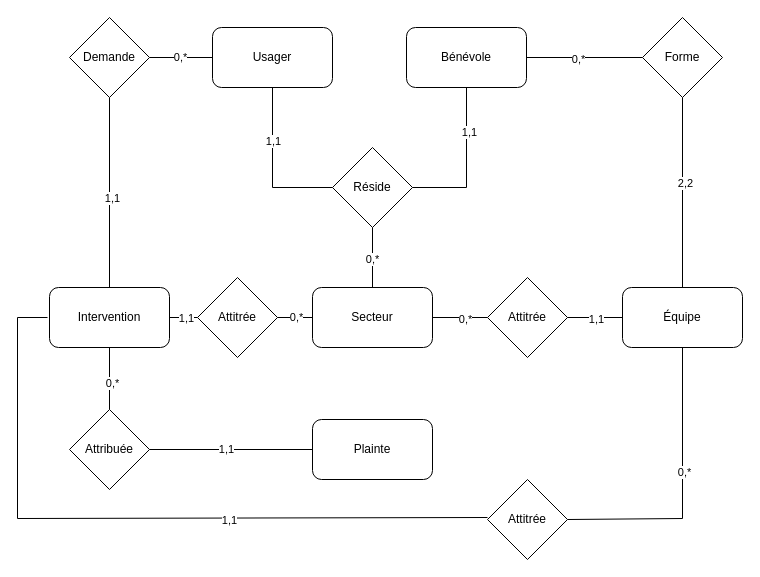
Above: projet_session.drawio in oliviernadeau2003/IFT2821-Projet-de-Session (draw.io), before the change. Source tidied: cells renumbered, new cells numbered last; positions are measured from the earlier drawing's top-left corner, leaving out a move shared by most shapes. Both pictures are drawn from the tidied source at 100%, with x=0, y=0 at pixel (17, 17).
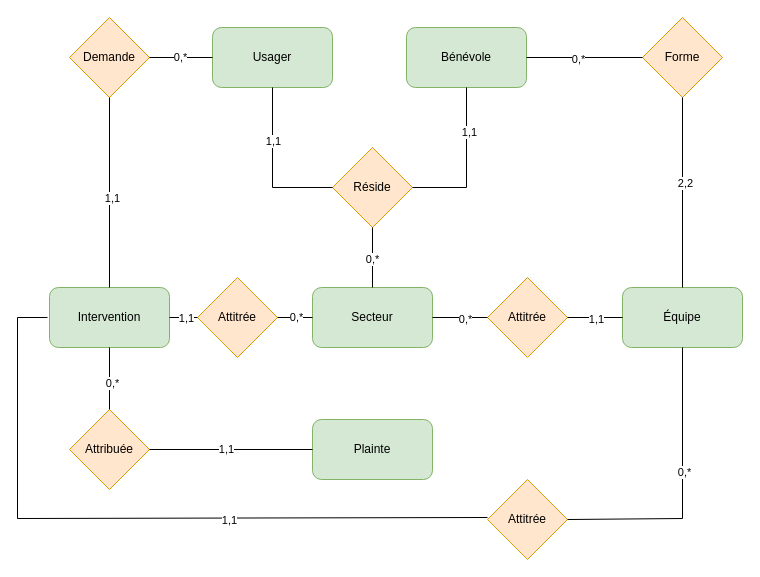
After the change.

Commit message:
Update schema entité-association

Diff of the diagram source:
```diff
@@
-    <mxCell id="2" value="Usager" style="rounded=1;whiteSpace=wrap;html=1;" parent="1" vertex="1">
+    <mxCell id="2" value="Usager" style="rounded=1;whiteSpace=wrap;html=1;fillColor=#d5e8d4;strokeColor=#82b366;" parent="1" vertex="1">
       <mxGeometry x="195" y="10" width="120" height="60" as="geometry" />
     </mxCell>
-    <mxCell id="3" value="Bénévole" style="rounded=1;whiteSpace=wrap;html=1;" parent="1" vertex="1">
+    <mxCell id="3" value="Bénévole" style="rounded=1;whiteSpace=wrap;html=1;fillColor=#d5e8d4;strokeColor=#82b366;" parent="1" vertex="1">
       <mxGeometry x="389" y="10" width="120" height="60" as="geometry" />
     </mxCell>
-    <mxCell id="4" value="Équipe" style="rounded=1;whiteSpace=wrap;html=1;" parent="1" vertex="1">
+    <mxCell id="4" value="Équipe" style="rounded=1;whiteSpace=wrap;html=1;fillColor=#d5e8d4;strokeColor=#82b366;" parent="1" vertex="1">
       <mxGeometry x="605" y="270" width="120" height="60" as="geometry" />
     </mxCell>
-    <mxCell id="5" value="Intervention" style="rounded=1;whiteSpace=wrap;html=1;" parent="1" vertex="1">
+    <mxCell id="5" value="Intervention" style="rounded=1;whiteSpace=wrap;html=1;fillColor=#d5e8d4;strokeColor=#82b366;" parent="1" vertex="1">
       <mxGeometry x="32" y="270" width="120" height="60" as="geometry" />
     </mxCell>
-    <mxCell id="6" value="Secteur" style="rounded=1;whiteSpace=wrap;html=1;" parent="1" vertex="1">
+    <mxCell id="6" value="Secteur" style="rounded=1;whiteSpace=wrap;html=1;fillColor=#d5e8d4;strokeColor=#82b366;" parent="1" vertex="1">
       <mxGeometry x="295" y="270" width="120" height="60" as="geometry" />
     </mxCell>
-    <mxCell id="7" value="Réside" style="rhombus;whiteSpace=wrap;html=1;" parent="1" vertex="1">
+    <mxCell id="7" value="Réside" style="rhombus;whiteSpace=wrap;html=1;fillColor=#ffe6cc;strokeColor=#d79b00;" parent="1" vertex="1">
       <mxGeometry x="315" y="130" width="80" height="80" as="geometry" />
     </mxCell>
-    <mxCell id="8" value="Forme" style="rhombus;whiteSpace=wrap;html=1;" parent="1" vertex="1">
+    <mxCell id="8" value="Forme" style="rhombus;whiteSpace=wrap;html=1;fillColor=#ffe6cc;strokeColor=#d79b00;" parent="1" vertex="1">
       <mxGeometry x="625" width="80" height="80" as="geometry" />
     </mxCell>
@@
-    <mxCell id="19" value="Plainte" style="rounded=1;whiteSpace=wrap;html=1;" parent="1" vertex="1">
+    <mxCell id="19" value="Plainte" style="rounded=1;whiteSpace=wrap;html=1;fillColor=#d5e8d4;strokeColor=#82b366;" parent="1" vertex="1">
       <mxGeometry x="295" y="402" width="120" height="60" as="geometry" />
     </mxCell>
-    <mxCell id="20" value="Attitrée" style="rhombus;whiteSpace=wrap;html=1;" parent="1" vertex="1">
+    <mxCell id="20" value="Attitrée" style="rhombus;whiteSpace=wrap;html=1;fillColor=#ffe6cc;strokeColor=#d79b00;" parent="1" vertex="1">
       <mxGeometry x="470" y="260" width="80" height="80" as="geometry" />
     </mxCell>
@@
-    <mxCell id="25" value="Attribuée" style="rhombus;whiteSpace=wrap;html=1;" parent="1" vertex="1">
+    <mxCell id="25" value="Attribuée" style="rhombus;whiteSpace=wrap;html=1;fillColor=#ffe6cc;strokeColor=#d79b00;" parent="1" vertex="1">
       <mxGeometry x="52" y="392" width="80" height="80" as="geometry" />
     </mxCell>
@@
-    <mxCell id="30" value="Attitrée" style="rhombus;whiteSpace=wrap;html=1;" parent="1" vertex="1">
+    <mxCell id="30" value="Attitrée" style="rhombus;whiteSpace=wrap;html=1;fillColor=#ffe6cc;strokeColor=#d79b00;" parent="1" vertex="1">
       <mxGeometry x="470" y="462" width="80" height="80" as="geometry" />
     </mxCell>
@@
-    <mxCell id="35" value="Attitrée" style="rhombus;whiteSpace=wrap;html=1;" parent="1" vertex="1">
+    <mxCell id="35" value="Attitrée" style="rhombus;whiteSpace=wrap;html=1;fillColor=#ffe6cc;strokeColor=#d79b00;" parent="1" vertex="1">
       <mxGeometry x="180" y="260" width="80" height="80" as="geometry" />
     </mxCell>
@@
-    <mxCell id="40" value="Demande" style="rhombus;whiteSpace=wrap;html=1;" parent="1" vertex="1">
+    <mxCell id="40" value="Demande" style="rhombus;whiteSpace=wrap;html=1;fillColor=#ffe6cc;strokeColor=#d79b00;" parent="1" vertex="1">
       <mxGeometry x="52" width="80" height="80" as="geometry" />
     </mxCell>
```
